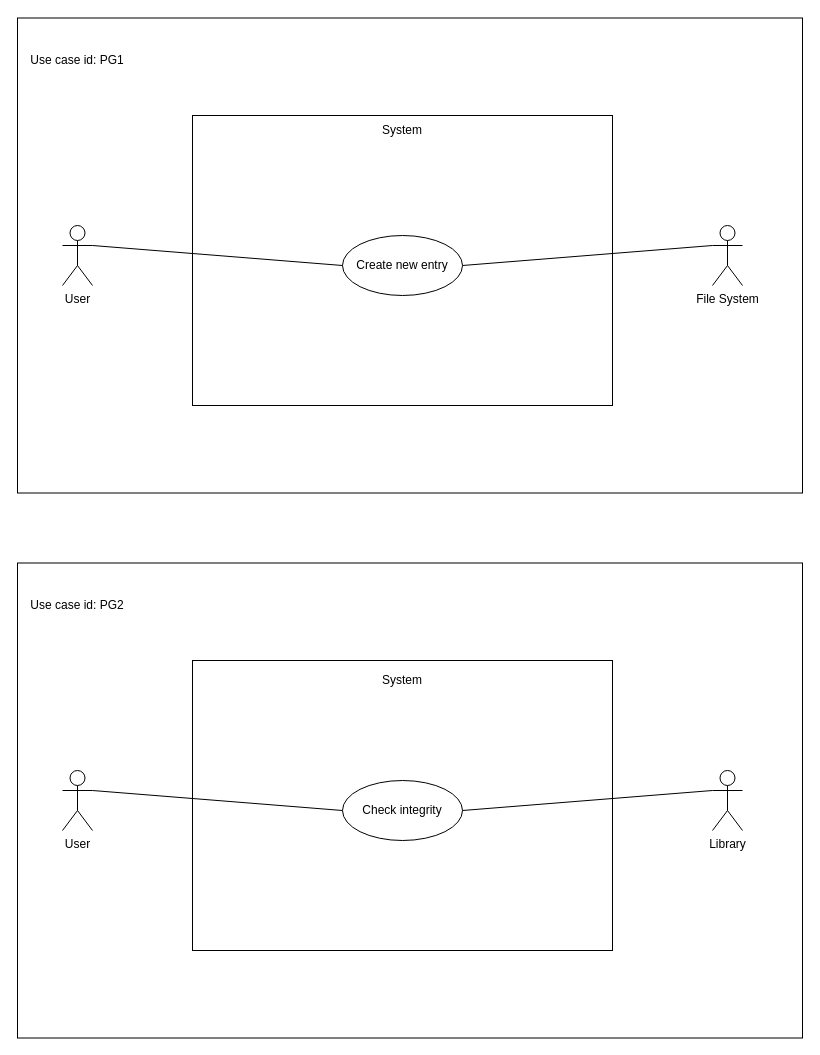
jpa-reis/SE2122-57672-58175-57957-58210-57911 keeps this draw.io diagram as project/Phase 1/Sprint1/57911_Pedro Gouveia/Use_Cases_57911.drawio. Above is the earlier version. Source tidied: cells renumbered, new cells numbered last; positions are measured from the earlier drawing's top-left corner, leaving out a move shared by most shapes. Both pictures are drawn from the tidied source at 100%, with x=0, y=0 at pixel (17, 17).
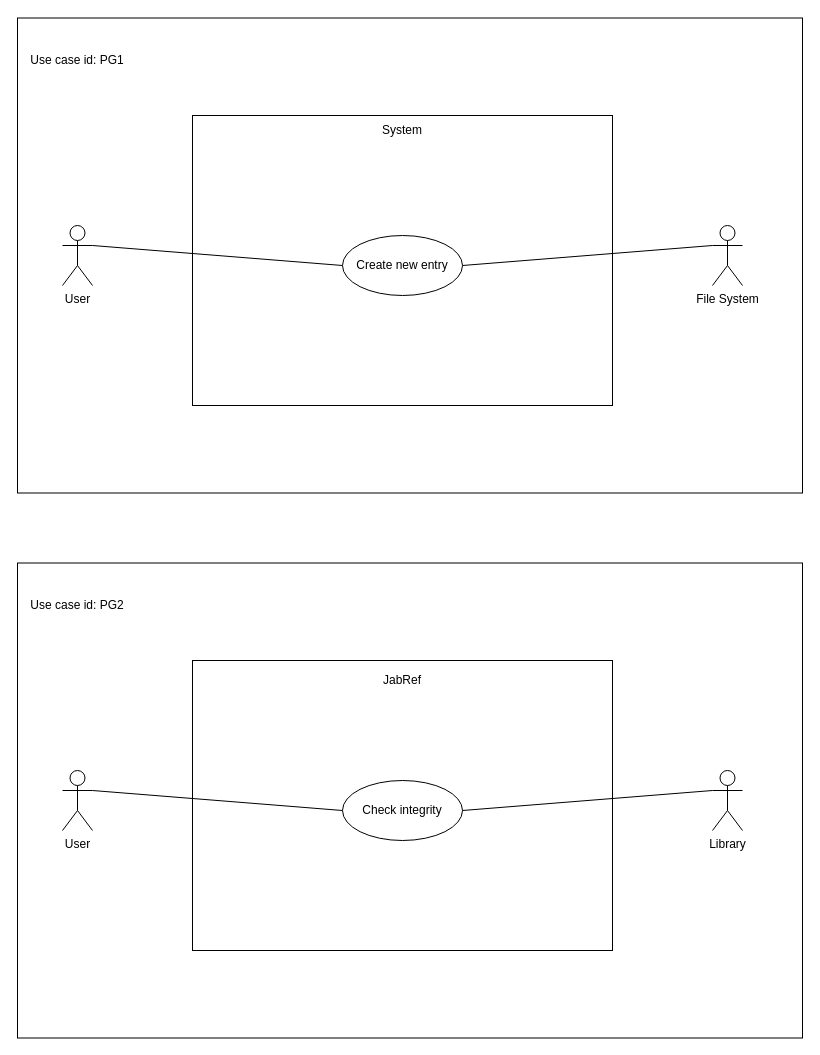
The same page after the edit.

What changed in the source:
```diff
@@
 <mxGraphModel>
   <root>
     <mxCell id="0" />
     <mxCell id="1" parent="0" />
     <mxCell id="2" style="rounded=0;whiteSpace=wrap;html=1;fillColor=none;" parent="1" vertex="1">
       <mxGeometry y="0.5" width="785" height="475" as="geometry" />
     </mxCell>
     <mxCell id="3" style="rounded=0;whiteSpace=wrap;html=1;fillColor=none;" parent="1" vertex="1">
       <mxGeometry y="545.5" width="785" height="475" as="geometry" />
     </mxCell>
     <mxCell id="4" value="User&lt;br&gt;" style="shape=umlActor;verticalLabelPosition=bottom;verticalAlign=top;html=1;outlineConnect=0;" parent="1" vertex="1">
       <mxGeometry x="45" y="208" width="30" height="60" as="geometry" />
     </mxCell>
     <mxCell id="5" value="&lt;div align=&quot;left&quot;&gt;&lt;br&gt;&lt;/div&gt;" style="rounded=0;whiteSpace=wrap;html=1;" parent="1" vertex="1">
       <mxGeometry x="175" y="98" width="420" height="290" as="geometry" />
     </mxCell>
     <mxCell id="6" value="File System&lt;br&gt;" style="shape=umlActor;verticalLabelPosition=bottom;verticalAlign=top;html=1;outlineConnect=0;" parent="1" vertex="1">
       <mxGeometry x="695" y="208" width="30" height="60" as="geometry" />
     </mxCell>
     <mxCell id="7" value="Create new entry" style="ellipse;whiteSpace=wrap;html=1;" parent="1" vertex="1">
       <mxGeometry x="325" y="218" width="120" height="60" as="geometry" />
     </mxCell>
     <mxCell id="8" style="endArrow=none;html=1;rounded=0;exitX=1;exitY=0.3333333333333333;exitDx=0;exitDy=0;exitPerimeter=0;entryX=0;entryY=0.5;entryDx=0;entryDy=0;startArrow=none;" parent="1" edge="1" source="4" target="7">
       <mxGeometry relative="1" as="geometry" />
     </mxCell>
     <mxCell id="9" style="endArrow=none;html=1;rounded=0;entryX=0;entryY=0.3333333333333333;entryDx=0;entryDy=0;entryPerimeter=0;exitX=1;exitY=0.5;exitDx=0;exitDy=0;" parent="1" edge="1" source="7" target="6">
       <mxGeometry relative="1" as="geometry" />
     </mxCell>
     <mxCell id="10" value="Use case id: PG1" style="text;html=1;strokeColor=none;fillColor=none;align=center;verticalAlign=middle;whiteSpace=wrap;rounded=0;" parent="1" vertex="1">
       <mxGeometry x="5" y="28" width="110" height="30" as="geometry" />
     </mxCell>
     <mxCell id="11" value="User&lt;br&gt;" style="shape=umlActor;verticalLabelPosition=bottom;verticalAlign=top;html=1;outlineConnect=0;" parent="1" vertex="1">
       <mxGeometry x="45" y="753" width="30" height="60" as="geometry" />
     </mxCell>
     <mxCell id="12" style="rounded=0;whiteSpace=wrap;html=1;" parent="1" vertex="1">
       <mxGeometry x="175" y="643" width="420" height="290" as="geometry" />
     </mxCell>
     <mxCell id="13" value="Library" style="shape=umlActor;verticalLabelPosition=bottom;verticalAlign=top;html=1;outlineConnect=0;" parent="1" vertex="1">
       <mxGeometry x="695" y="753" width="30" height="60" as="geometry" />
     </mxCell>
     <mxCell id="14" value="Check integrity" style="ellipse;whiteSpace=wrap;html=1;" parent="1" vertex="1">
       <mxGeometry x="325" y="763" width="120" height="60" as="geometry" />
     </mxCell>
     <mxCell id="15" style="endArrow=none;html=1;rounded=0;exitX=1;exitY=0.3333333333333333;exitDx=0;exitDy=0;exitPerimeter=0;entryX=0;entryY=0.5;entryDx=0;entryDy=0;startArrow=none;" parent="1" edge="1" source="11" target="14">
       <mxGeometry relative="1" as="geometry" />
     </mxCell>
     <mxCell id="16" style="endArrow=none;html=1;rounded=0;entryX=0;entryY=0.3333333333333333;entryDx=0;entryDy=0;entryPerimeter=0;exitX=1;exitY=0.5;exitDx=0;exitDy=0;" parent="1" edge="1" source="14" target="13">
       <mxGeometry relative="1" as="geometry" />
     </mxCell>
     <mxCell id="17" value="Use case id: PG2" style="text;html=1;strokeColor=none;fillColor=none;align=center;verticalAlign=middle;whiteSpace=wrap;rounded=0;" parent="1" vertex="1">
       <mxGeometry x="5" y="573" width="110" height="30" as="geometry" />
     </mxCell>
     <mxCell id="18" value="System" style="text;html=1;strokeColor=none;fillColor=none;align=center;verticalAlign=middle;whiteSpace=wrap;rounded=0;" parent="1" vertex="1">
       <mxGeometry x="355" y="98" width="60" height="30" as="geometry" />
     </mxCell>
-    <mxCell id="19" value="System" style="text;html=1;strokeColor=none;fillColor=none;align=center;verticalAlign=middle;whiteSpace=wrap;rounded=0;" parent="1" vertex="1">
+    <mxCell id="19" value="JabRef" style="text;html=1;strokeColor=none;fillColor=none;align=center;verticalAlign=middle;whiteSpace=wrap;rounded=0;" parent="1" vertex="1">
       <mxGeometry x="355" y="648" width="60" height="30" as="geometry" />
     </mxCell>
   </root>
 </mxGraphModel>
```
